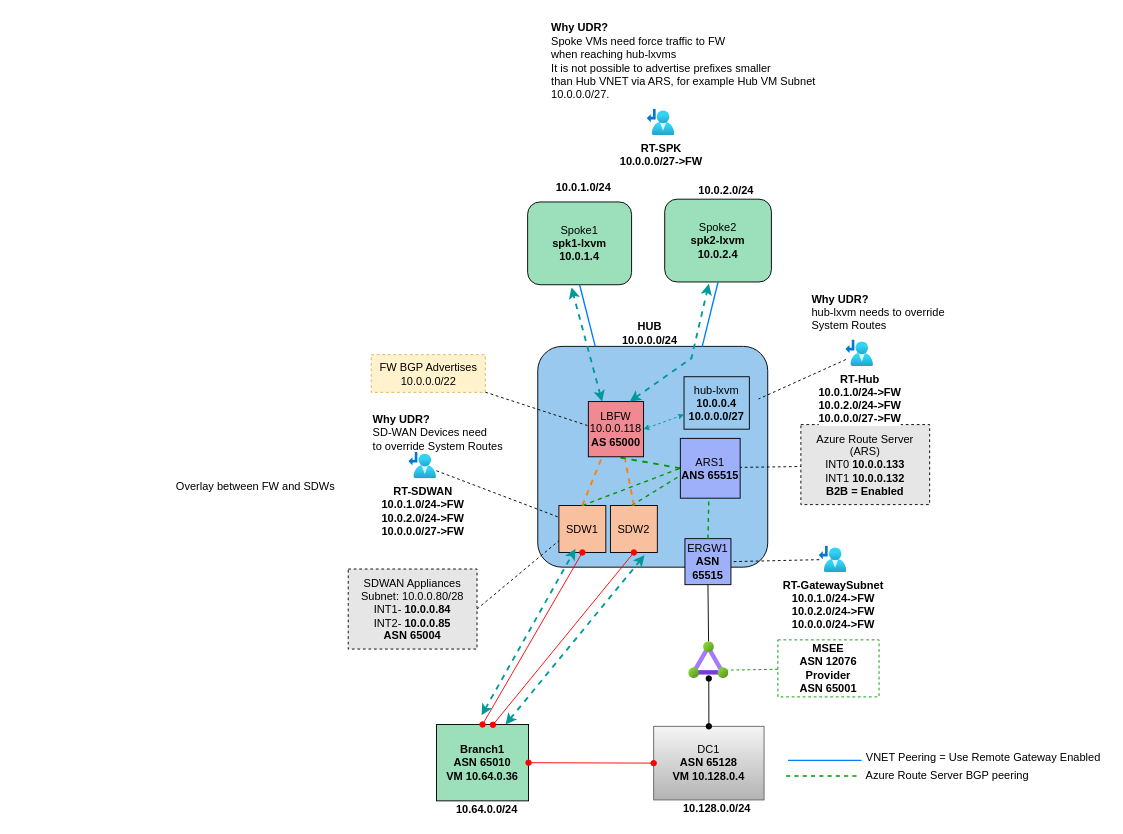
Earlier version of the draw.io diagram page "Scenario1-UDR-Only" (1 of 5) of sd-wan-inspection/diagram.drawio (dmauser/azure-hub-spoke). Source tidied: cells renumbered, new cells numbered last; positions are measured from the earlier drawing's top-left corner, leaving out a move shared by most shapes. Both pictures are drawn from the tidied source at 92%, with x=0, y=0 at pixel (167, 16).
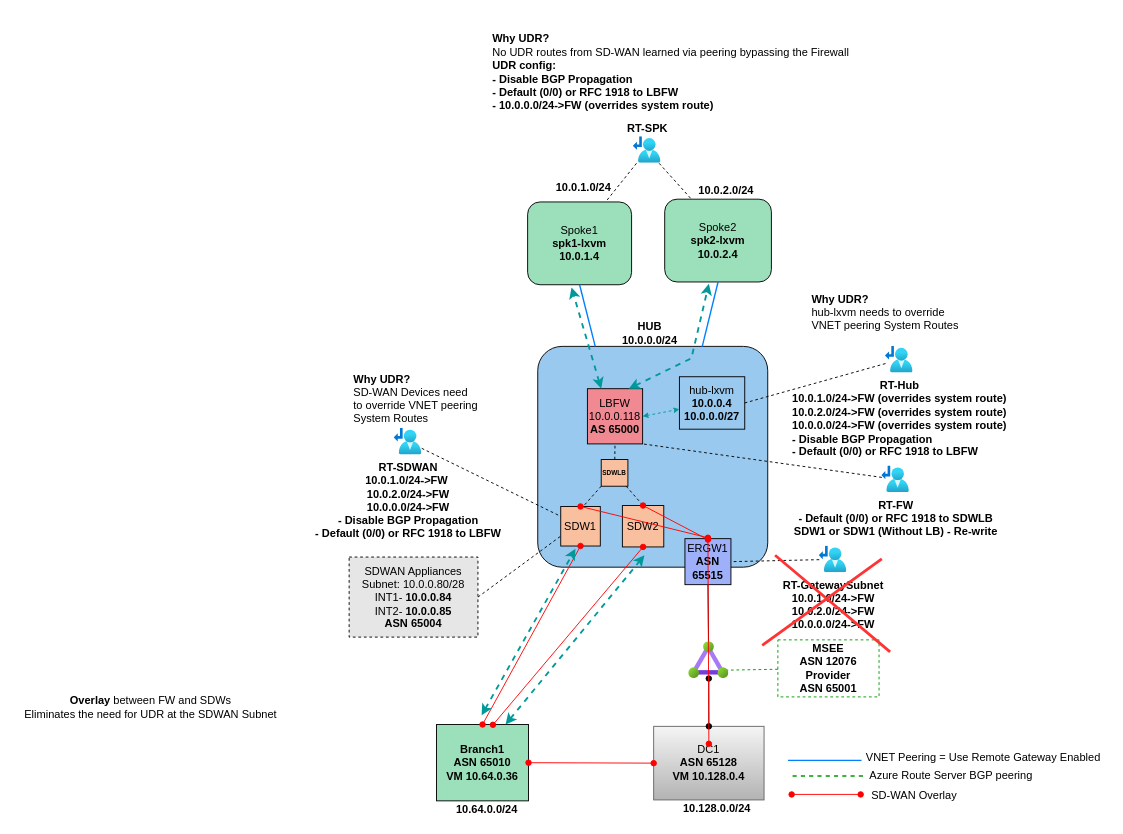
After the change.

Unchanged cells that the change refers to:
```xml
<mxCell id="2" value="Spoke2&lt;br&gt;&lt;b style=&quot;border-color: var(--border-color);&quot;&gt;spk2-lxvm&lt;br style=&quot;border-color: var(--border-color);&quot;&gt;10.0.2.4&lt;/b&gt;" style="rounded=1;whiteSpace=wrap;html=1;fillColor=#9BE0BA;" parent="1" vertex="1">
  <mxGeometry x="541" y="199" width="116" height="90" as="geometry" />
</mxCell>
<mxCell id="3" value="Spoke1&lt;br&gt;&lt;b&gt;spk1-lxvm&lt;br&gt;10.0.1.4&lt;/b&gt;" style="rounded=1;whiteSpace=wrap;html=1;fillColor=#9BE0BA;" parent="1" vertex="1">
  <mxGeometry x="392" y="202" width="113" height="90" as="geometry" />
</mxCell>
<mxCell id="12" value="ERGW1&lt;br&gt;&lt;b&gt;ASN 65515&lt;/b&gt;" style="whiteSpace=wrap;html=1;fillStyle=auto;fillColor=#9FB0FA;" parent="1" vertex="1">
  <mxGeometry x="563" y="568" width="50" height="50" as="geometry" />
</mxCell>
```

What changed in the source:
```diff
@@
-    <mxCell id="5" style="rounded=0;jettySize=auto;html=1;exitX=0;exitY=0.5;exitDx=0;exitDy=0;dashed=1;strokeColor=#009900;endArrow=none;endFill=0;fontColor=#004F00;startArrow=none;entryX=0.5;entryY=1;entryDx=0;entryDy=0;strokeWidth=2;" parent="1" edge="1" source="28" target="45">
-      <mxGeometry relative="1" as="geometry" />
-    </mxCell>
     <mxCell id="6" value="SDW1&lt;br&gt;" style="whiteSpace=wrap;html=1;fillColor=#F9C0A0;direction=south;" parent="1" vertex="1">
-      <mxGeometry x="426" y="532" width="51" height="51" as="geometry" />
+      <mxGeometry x="428" y="533" width="43" height="43" as="geometry" />
     </mxCell>
@@
-    <mxCell id="21" style="rounded=0;jettySize=auto;html=1;exitX=1;exitY=0.5;exitDx=0;exitDy=0;entryX=0;entryY=0.5;entryDx=0;entryDy=0;dashed=1;startArrow=none;startFill=0;endArrow=none;endFill=0;strokeColor=#000000;" parent="1" edge="1" source="22" target="28">
-      <mxGeometry relative="1" as="geometry" />
-    </mxCell>
-    <mxCell id="22" value="&lt;font style=&quot;&quot;&gt;Azure Route Server (ARS)&lt;br&gt;&lt;div style=&quot;&quot;&gt;INT0 &lt;b&gt;10.0.0.133&lt;/b&gt;&lt;/div&gt;&lt;div style=&quot;&quot;&gt;INT1 &lt;b&gt;10.0.0.132&lt;/b&gt;&lt;/div&gt;&lt;div style=&quot;&quot;&gt;&lt;b&gt;B2B = Enabled&lt;/b&gt;&lt;/div&gt;&lt;/font&gt;" style="text;html=1;strokeColor=default;fillColor=#E6E6E6;align=center;verticalAlign=middle;whiteSpace=wrap;rounded=0;dashed=1;" parent="1" vertex="1">
-      <mxGeometry x="689" y="444" width="140" height="87" as="geometry" />
-    </mxCell>
@@
     <mxCell id="24" value="SDWAN Appliances&lt;br&gt;Subnet:&amp;nbsp;10.0.0.80/28&lt;br&gt;INT1-&amp;nbsp;&lt;b&gt;10.0.0.84&lt;br&gt;&lt;/b&gt;INT2-&amp;nbsp;&lt;b style=&quot;border-color: var(--border-color);&quot;&gt;10.0.0.85&lt;/b&gt;&lt;br&gt;&lt;b&gt;ASN 65004&lt;/b&gt;" style="text;html=1;strokeColor=default;fillColor=#E6E6E6;align=center;verticalAlign=middle;whiteSpace=wrap;rounded=0;dashed=1;" parent="1" vertex="1">
-      <mxGeometry x="197" y="601" width="140" height="87" as="geometry" />
+      <mxGeometry x="198" y="588" width="140" height="87" as="geometry" />
     </mxCell>
@@
     <mxCell id="27" value="hub-lxvm&lt;br&gt;&lt;b&gt;10.0.0.4&lt;br&gt;10.0.0.0/27&lt;br&gt;&lt;/b&gt;" style="text;align=center;html=1;verticalAlign=middle;whiteSpace=wrap;rounded=0;fontSize=12;strokeColor=default;" parent="1" vertex="1">
-      <mxGeometry x="562" y="392" width="71" height="57" as="geometry" />
+      <mxGeometry x="557" y="392" width="71" height="57" as="geometry" />
     </mxCell>
-    <mxCell id="28" value="ARS1&lt;br&gt;&lt;b&gt;ANS 65515&lt;/b&gt;" style="whiteSpace=wrap;html=1;fillColor=#9FB0FA;" parent="1" vertex="1">
-      <mxGeometry x="558" y="459" width="65" height="65" as="geometry" />
-    </mxCell>
@@
-    <mxCell id="30" style="rounded=0;jettySize=auto;html=1;dashed=1;strokeColor=#009900;endArrow=none;endFill=0;fontColor=#004F00;strokeWidth=1.5;exitX=0.5;exitY=0;exitDx=0;exitDy=0;" parent="1" edge="1" source="12">
-      <mxGeometry relative="1" as="geometry">
-        <mxPoint x="589" y="524" as="targetPoint" />
-      </mxGeometry>
-    </mxCell>
     <mxCell id="31" value="SDW2" style="whiteSpace=wrap;html=1;fillColor=#F9C0A0;direction=south;" parent="1" vertex="1">
-      <mxGeometry x="482" y="532" width="51" height="51" as="geometry" />
+      <mxGeometry x="495" y="532" width="45" height="45" as="geometry" />
     </mxCell>
@@
-    <mxCell id="35" value="Overlay between FW and SDWs" style="text;html=1;align=center;verticalAlign=middle;strokeColor=none;fillColor=none;" parent="1" vertex="1">
-      <mxGeometry y="499" width="191" height="26" as="geometry" />
+    <mxCell id="35" value="&lt;b&gt;Overlay &lt;/b&gt;between FW and SDWs&lt;br&gt;Eliminates the need for UDR at the SDWAN Subnet" style="text;html=1;align=center;verticalAlign=middle;strokeColor=none;fillColor=none;" parent="1" vertex="1">
+      <mxGeometry x="-164" y="730" width="292" height="41" as="geometry" />
     </mxCell>
+    <mxCell id="64" style="edgeStyle=none;html=1;entryX=0.75;entryY=0;entryDx=0;entryDy=0;dashed=1;endArrow=none;endFill=0;" parent="1" edge="1" source="58" target="3">
+      <mxGeometry relative="1" as="geometry" />
+    </mxCell>
+    <mxCell id="65" style="edgeStyle=none;html=1;entryX=0.25;entryY=0;entryDx=0;entryDy=0;dashed=1;endArrow=none;endFill=0;" parent="1" edge="1" source="58" target="2">
+      <mxGeometry relative="1" as="geometry" />
+    </mxCell>
@@
-    <mxCell id="37" style="rounded=0;orthogonalLoop=1;jettySize=auto;html=1;dashed=1;strokeColor=#009900;endArrow=none;endFill=0;fontColor=#004F00;strokeWidth=1.5;exitX=0;exitY=0.5;exitDx=0;exitDy=0;entryX=0;entryY=0.5;entryDx=0;entryDy=0;" parent="36" edge="1">
-      <mxGeometry relative="1" as="geometry">
-        <mxPoint x="451.5" y="532" as="sourcePoint" />
-        <mxPoint x="558" y="491.5" as="targetPoint" />
-      </mxGeometry>
-    </mxCell>
-    <mxCell id="38" style="rounded=0;orthogonalLoop=1;jettySize=auto;html=1;dashed=1;strokeColor=#009900;endArrow=none;endFill=0;fontColor=#004F00;strokeWidth=1.5;" parent="36" edge="1">
-      <mxGeometry relative="1" as="geometry">
-        <mxPoint x="505" y="532" as="sourcePoint" />
-        <mxPoint x="557" y="500" as="targetPoint" />
-      </mxGeometry>
-    </mxCell>
@@
     <mxCell id="41" style="rounded=0;orthogonalLoop=1;jettySize=auto;html=1;exitX=1;exitY=0.5;exitDx=0;exitDy=0;dashed=1;strokeColor=#009900;endArrow=none;endFill=0;fontColor=#004F00;strokeWidth=1.5;" parent="36" edge="1">
       <mxGeometry relative="1" as="geometry">
-        <mxPoint x="673" y="826" as="sourcePoint" />
-        <mxPoint x="752" y="826" as="targetPoint" />
+        <mxPoint x="680" y="826" as="sourcePoint" />
+        <mxPoint x="759" y="826" as="targetPoint" />
       </mxGeometry>
     </mxCell>
     <mxCell id="42" value="Azure Route Server BGP peering" style="text;html=1;align=center;verticalAlign=middle;strokeColor=none;fillColor=none;" parent="36" vertex="1">
-      <mxGeometry x="750" y="813" width="195" height="26" as="geometry" />
+      <mxGeometry x="754" y="813" width="195" height="26" as="geometry" />
     </mxCell>
+    <mxCell id="66" style="rounded=0;orthogonalLoop=1;jettySize=auto;html=1;startArrow=oval;startFill=1;endArrow=oval;endFill=1;strokeColor=#FF0000;" parent="36" edge="1">
+      <mxGeometry relative="1" as="geometry">
+        <mxPoint x="679" y="846" as="sourcePoint" />
+        <mxPoint x="754" y="846" as="targetPoint" />
+      </mxGeometry>
+    </mxCell>
+    <mxCell id="67" value="SD-WAN Overlay" style="text;html=1;align=left;verticalAlign=middle;strokeColor=none;fillColor=none;" parent="36" vertex="1">
+      <mxGeometry x="764" y="834" width="111" height="26" as="geometry" />
+    </mxCell>
@@
     <mxCell id="45" value="LBFW&lt;br&gt;10.0.0.118&lt;br&gt;&lt;b&gt;AS 65000&lt;/b&gt;" style="whiteSpace=wrap;html=1;gradientColor=none;fillStyle=auto;fillColor=#F18992;" parent="43" vertex="1">
-      <mxGeometry x="458" y="419" width="60" height="60" as="geometry" />
+      <mxGeometry x="457" y="405" width="60" height="60" as="geometry" />
     </mxCell>
@@
-    <mxCell id="50" style="rounded=0;jettySize=auto;html=1;dashed=1;strokeColor=#FF8000;endArrow=none;endFill=0;fontColor=#004F00;startArrow=none;entryX=0.25;entryY=1;entryDx=0;entryDy=0;strokeWidth=2;exitX=0;exitY=0.5;exitDx=0;exitDy=0;" parent="43" edge="1" source="6" target="45">
-      <mxGeometry relative="1" as="geometry" />
-    </mxCell>
-    <mxCell id="51" style="rounded=0;jettySize=auto;html=1;dashed=1;strokeColor=#FF8000;endArrow=none;endFill=0;fontColor=#004F00;startArrow=none;strokeWidth=2;exitX=0;exitY=0.5;exitDx=0;exitDy=0;" parent="43" edge="1" source="31">
-      <mxGeometry relative="1" as="geometry">
-        <mxPoint x="498" y="482" as="targetPoint" />
-      </mxGeometry>
-    </mxCell>
+    <mxCell id="68" style="edgeStyle=none;html=1;entryX=0.5;entryY=1;entryDx=0;entryDy=0;dashed=1;strokeColor=#000000;strokeWidth=1;fontSize=6;fontColor=#7F00FF;endArrow=none;endFill=0;" parent="43" edge="1" source="69" target="45">
+      <mxGeometry relative="1" as="geometry" />
+    </mxCell>
+    <mxCell id="69" value="SDWLB" style="whiteSpace=wrap;html=1;fillColor=#F9C0A0;direction=south;fontSize=7;fontStyle=1;" parent="43" vertex="1">
+      <mxGeometry x="472" y="482" width="29" height="29" as="geometry" />
+    </mxCell>
+    <mxCell id="70" style="edgeStyle=none;html=1;entryX=0;entryY=0.5;entryDx=0;entryDy=0;dashed=1;strokeColor=#000000;strokeWidth=1;fontSize=6;fontColor=#7F00FF;endArrow=none;endFill=0;" parent="43" edge="1" source="69" target="31">
+      <mxGeometry relative="1" as="geometry" />
+    </mxCell>
+    <mxCell id="71" style="edgeStyle=none;html=1;exitX=1;exitY=1;exitDx=0;exitDy=0;entryX=0.002;entryY=0.435;entryDx=0;entryDy=0;entryPerimeter=0;dashed=1;strokeColor=#000000;strokeWidth=1;fontSize=6;fontColor=#7F00FF;endArrow=none;endFill=0;" parent="43" edge="1" source="69" target="6">
+      <mxGeometry relative="1" as="geometry" />
+    </mxCell>
@@
-    <mxCell id="54" value="RT-SDWAN&lt;br&gt;10.0.1.0/24-&amp;gt;FW&lt;br&gt;10.0.2.0/24-&amp;gt;FW&lt;br&gt;10.0.0.0/27-&amp;gt;FW" style="html=1;points=[];align=center;image;fontSize=12;image=img/lib/azure2/networking/Route_Tables.svg;fontStyle=1;" parent="52" vertex="1">
-      <mxGeometry x="263" y="474" width="29.9" height="29" as="geometry" />
+    <mxCell id="54" value="RT-SDWAN&lt;br&gt;&lt;div style=&quot;&quot;&gt;10.0.1.0/24-&amp;gt;FW&amp;nbsp;&lt;/div&gt;&lt;span style=&quot;&quot;&gt;&lt;div style=&quot;&quot;&gt;10.0.2.0/24-&amp;gt;FW&lt;br&gt;&lt;/div&gt;&lt;/span&gt;&lt;div style=&quot;&quot;&gt;10.0.0.0/24-&amp;gt;FW&lt;/div&gt;&lt;b style=&quot;border-color: var(--border-color);&quot;&gt;&lt;div style=&quot;&quot;&gt;&lt;b style=&quot;border-color: var(--border-color);&quot;&gt;- Disable BGP Propagation&lt;/b&gt;&lt;/div&gt;&lt;b style=&quot;border-color: var(--border-color);&quot;&gt;&lt;div style=&quot;&quot;&gt;&lt;b style=&quot;border-color: var(--border-color);&quot;&gt;&lt;b style=&quot;border-color: var(--border-color);&quot;&gt;- Default (0/0) or RFC 1918 to LBFW&lt;/b&gt;&lt;/b&gt;&lt;/div&gt;&lt;/b&gt;&lt;/b&gt;" style="html=1;points=[];align=center;image;fontSize=12;image=img/lib/azure2/networking/Route_Tables.svg;fontStyle=1;" parent="52" vertex="1">
+      <mxGeometry x="247" y="448" width="29.9" height="29" as="geometry" />
     </mxCell>
-    <mxCell id="55" value="&lt;b&gt;Why UDR?&amp;nbsp;&lt;br&gt;&lt;/b&gt;SD-WAN Devices need &lt;br&gt;to override System Routes" style="text;html=1;align=left;verticalAlign=middle;strokeColor=none;fillColor=none;" parent="52" vertex="1">
-      <mxGeometry x="222" y="425" width="159" height="55" as="geometry" />
+    <mxCell id="55" value="&lt;b&gt;Why UDR?&amp;nbsp;&lt;br&gt;&lt;/b&gt;SD-WAN Devices need &lt;br&gt;to override VNET peering&lt;br&gt;System Routes" style="text;html=1;align=left;verticalAlign=middle;strokeColor=none;fillColor=none;" parent="52" vertex="1">
+      <mxGeometry x="201" y="381" width="153" height="70" as="geometry" />
     </mxCell>
-    <mxCell id="56" value="RT-Hub&lt;br&gt;10.0.1.0/24-&amp;gt;FW&lt;br&gt;10.0.2.0/24-&amp;gt;FW&lt;br&gt;10.0.0.0/27-&amp;gt;FW" style="html=1;points=[];align=center;image;fontSize=12;image=img/lib/azure2/networking/Route_Tables.svg;fontStyle=1;" parent="52" vertex="1">
-      <mxGeometry x="738" y="352" width="29.9" height="29" as="geometry" />
+    <mxCell id="56" value="RT-Hub&lt;br&gt;&lt;div style=&quot;text-align: left;&quot;&gt;10.0.1.0/24-&amp;gt;FW (overrides system route)&lt;/div&gt;&lt;div style=&quot;text-align: left;&quot;&gt;10.0.2.0/24-&amp;gt;FW (overrides system route)&lt;/div&gt;&lt;div style=&quot;text-align: left;&quot;&gt;10.0.0.0/24-&amp;gt;FW (overrides system route)&lt;br&gt;&lt;/div&gt;&lt;b style=&quot;border-color: var(--border-color);&quot;&gt;&lt;div style=&quot;text-align: left;&quot;&gt;&lt;b style=&quot;border-color: var(--border-color);&quot;&gt;- Disable BGP Propagation&lt;/b&gt;&lt;/div&gt;&lt;/b&gt;&lt;b style=&quot;border-color: var(--border-color);&quot;&gt;&lt;div style=&quot;text-align: left;&quot;&gt;&lt;b style=&quot;border-color: var(--border-color);&quot;&gt;- Default (0/0) or RFC 1918 to LBFW&lt;/b&gt;&lt;/div&gt;&lt;/b&gt;" style="html=1;points=[];align=center;image;fontSize=12;image=img/lib/azure2/networking/Route_Tables.svg;fontStyle=1;" parent="52" vertex="1">
+      <mxGeometry x="781" y="359" width="29.9" height="29" as="geometry" />
     </mxCell>
-    <mxCell id="57" value="&lt;b&gt;Why UDR?&lt;br&gt;&lt;/b&gt;hub-lxvm needs to override &lt;br&gt;System Routes" style="text;html=1;align=left;verticalAlign=middle;strokeColor=none;fillColor=none;" parent="52" vertex="1">
-      <mxGeometry x="699" y="294" width="163" height="55" as="geometry" />
+    <mxCell id="57" value="&lt;b&gt;Why UDR?&lt;br&gt;&lt;/b&gt;hub-lxvm needs to override&lt;br&gt;VNET peering System Routes" style="text;html=1;align=left;verticalAlign=middle;strokeColor=none;fillColor=none;" parent="52" vertex="1">
+      <mxGeometry x="699" y="294" width="178" height="55" as="geometry" />
     </mxCell>
-    <mxCell id="58" value="RT-SPK&lt;br&gt;10.0.0.0/27-&amp;gt;FW" style="html=1;points=[];align=center;image;fontSize=12;image=img/lib/azure2/networking/Route_Tables.svg;fontStyle=1;" parent="52" vertex="1">
-      <mxGeometry x="522" y="101" width="29.9" height="29" as="geometry" />
+    <mxCell id="58" value="RT-SPK" style="html=1;points=[];align=center;image;fontSize=12;image=img/lib/azure2/networking/Route_Tables.svg;fontStyle=1;labelPosition=center;verticalLabelPosition=top;verticalAlign=bottom;" parent="52" vertex="1">
+      <mxGeometry x="507" y="131" width="29.9" height="29" as="geometry" />
     </mxCell>
-    <mxCell id="59" value="&lt;b&gt;Why UDR?&lt;br&gt;&lt;/b&gt;Spoke VMs need force traffic to FW&lt;br&gt;when reaching hub-lxvms&lt;br&gt;It is not possible to advertise prefixes smaller &lt;br&gt;than Hub VNET via ARS, for example Hub VM Subnet&lt;br&gt;10.0.0.0/27." style="text;html=1;align=left;verticalAlign=middle;strokeColor=none;fillColor=none;" parent="52" vertex="1">
-      <mxGeometry x="416" width="305" height="98" as="geometry" />
+    <mxCell id="59" value="&lt;b&gt;Why UDR?&lt;/b&gt;&lt;br&gt;No UDR routes from SD-WAN learned via peering bypassing the Firewall&lt;br&gt;&lt;b&gt;UDR config:&lt;/b&gt;&lt;br&gt;&lt;b&gt;- Disable BGP Propagation&lt;/b&gt;&lt;br&gt;&lt;b&gt;- Default (0/0) or RFC 1918 to LBFW&lt;br&gt;&lt;/b&gt;&lt;span style=&quot;font-weight: 700;&quot;&gt;- 10.0.0.0/24-&amp;gt;FW (overrides system route)&lt;/span&gt;&lt;b&gt;&lt;br&gt;&lt;/b&gt;" style="text;html=1;align=left;verticalAlign=middle;strokeColor=none;fillColor=none;" parent="52" vertex="1">
+      <mxGeometry x="352" y="12" width="406" height="98" as="geometry" />
     </mxCell>
-    <mxCell id="60" style="edgeStyle=none;html=1;entryX=1;entryY=0.25;entryDx=0;entryDy=0;endArrow=none;endFill=0;dashed=1;" parent="52" edge="1" source="56">
-      <mxGeometry relative="1" as="geometry">
-        <mxPoint x="643" y="416.2" as="targetPoint" />
-      </mxGeometry>
+    <mxCell id="60" style="edgeStyle=none;html=1;entryX=1;entryY=0.5;entryDx=0;entryDy=0;endArrow=none;endFill=0;dashed=1;" parent="52" edge="1" source="56" target="27">
+      <mxGeometry relative="1" as="geometry" />
     </mxCell>
-    <mxCell id="61" style="edgeStyle=none;html=1;dashed=1;fontColor=#FF8000;endArrow=none;endFill=0;" parent="52" edge="1" source="63">
-      <mxGeometry relative="1" as="geometry">
-        <mxPoint x="457" y="445" as="targetPoint" />
-      </mxGeometry>
-    </mxCell>
@@
-    <mxCell id="63" value="FW BGP Advertises&lt;br&gt;10.0.0.0/22" style="text;html=1;align=center;verticalAlign=middle;points=[];strokeColor=#d6b656;fillColor=#fff2cc;dashed=1;" parent="52" vertex="1">
-      <mxGeometry x="222" y="368" width="124" height="41" as="geometry" />
-    </mxCell>
+    <mxCell id="72" style="edgeStyle=none;html=1;entryX=1;entryY=1;entryDx=0;entryDy=0;dashed=1;strokeColor=#000000;strokeWidth=1;fontSize=6;fontColor=#7F00FF;endArrow=none;endFill=0;" parent="52" edge="1" source="73">
+      <mxGeometry relative="1" as="geometry">
+        <mxPoint x="517" y="465" as="targetPoint" />
+      </mxGeometry>
+    </mxCell>
+    <mxCell id="73" value="RT-FW&lt;br&gt;&lt;div style=&quot;&quot;&gt;&lt;b style=&quot;border-color: var(--border-color);&quot;&gt;&lt;b style=&quot;border-color: var(--border-color);&quot;&gt;- Default (0/0) or RFC 1918 to SDWLB&lt;/b&gt;&lt;/b&gt;&lt;br&gt;&lt;/div&gt;&lt;div style=&quot;&quot;&gt;&lt;b style=&quot;border-color: var(--border-color);&quot;&gt;&lt;b style=&quot;border-color: var(--border-color);&quot;&gt;SDW1 or SDW1 (Without LB) - Re-write&lt;/b&gt;&lt;/b&gt;&lt;/div&gt;" style="html=1;points=[];align=center;image;fontSize=12;image=img/lib/azure2/networking/Route_Tables.svg;fontStyle=1;" parent="52" vertex="1">
+      <mxGeometry x="777" y="489" width="29.9" height="29" as="geometry" />
+    </mxCell>
+    <mxCell id="74" parent="0" />
+    <mxCell id="75" style="edgeStyle=none;orthogonalLoop=1;jettySize=auto;html=1;strokeColor=#FF3333;endArrow=none;endFill=0;strokeWidth=3;" parent="74" edge="1">
+      <mxGeometry relative="1" as="geometry">
+        <mxPoint x="661" y="586" as="sourcePoint" />
+        <mxPoint x="786" y="691" as="targetPoint" />
+      </mxGeometry>
+    </mxCell>
+    <mxCell id="76" style="edgeStyle=none;orthogonalLoop=1;jettySize=auto;html=1;strokeColor=#FF3333;endArrow=none;endFill=0;strokeWidth=3;" parent="74" edge="1">
+      <mxGeometry relative="1" as="geometry">
+        <mxPoint x="777" y="590" as="sourcePoint" />
+        <mxPoint x="647" y="684" as="targetPoint" />
+      </mxGeometry>
+    </mxCell>
+    <mxCell id="77" style="rounded=0;jettySize=auto;html=1;startArrow=oval;startFill=1;endArrow=oval;endFill=1;strokeColor=#FF0000;entryX=0.417;entryY=0.113;entryDx=0;entryDy=0;entryPerimeter=0;exitX=0.5;exitY=0;exitDx=0;exitDy=0;" parent="74" edge="1" source="12">
+      <mxGeometry relative="1" as="geometry">
+        <mxPoint x="589" y="791" as="targetPoint" />
+      </mxGeometry>
+    </mxCell>
+    <mxCell id="78" style="rounded=0;orthogonalLoop=1;jettySize=auto;html=1;startArrow=oval;startFill=1;endArrow=oval;endFill=1;strokeColor=#FF0000;entryX=0;entryY=0.5;entryDx=0;entryDy=0;" parent="74" edge="1">
+      <mxGeometry relative="1" as="geometry">
+        <mxPoint x="588" y="569" as="sourcePoint" />
+        <mxPoint x="517.5" y="532" as="targetPoint" />
+      </mxGeometry>
+    </mxCell>
+    <mxCell id="79" style="rounded=0;orthogonalLoop=1;jettySize=auto;html=1;startArrow=oval;startFill=1;endArrow=oval;endFill=1;strokeColor=#FF0000;entryX=0;entryY=0.5;entryDx=0;entryDy=0;" parent="74" edge="1">
+      <mxGeometry relative="1" as="geometry">
+        <mxPoint x="588" y="567" as="sourcePoint" />
+        <mxPoint x="449.5" y="533" as="targetPoint" />
+      </mxGeometry>
+    </mxCell>
```
